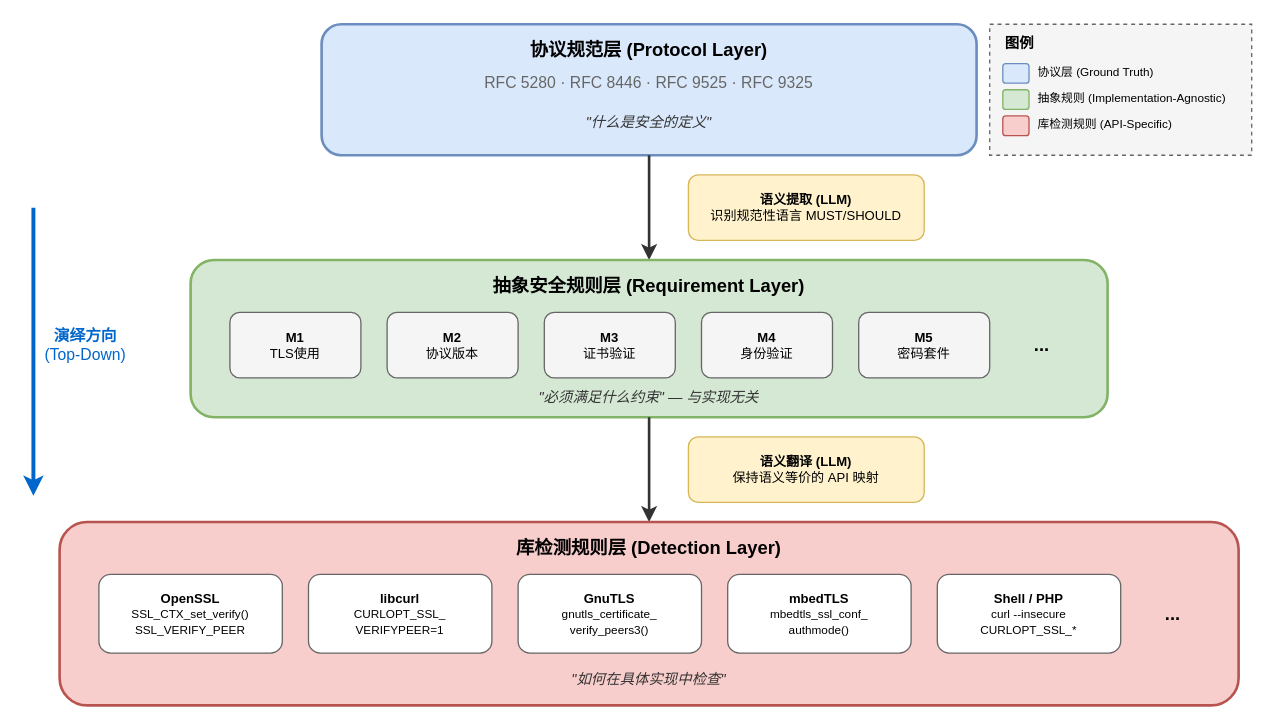
Earlier version of the draw.io diagram paper/figures/security_model.drawio (imnuke/tlscan). Source tidied: cells renumbered, new cells numbered last; positions are measured from the earlier drawing's top-left corner, leaving out a move shared by most shapes. Both pictures are drawn from the tidied source at 131%, with x=0, y=0 at pixel (33, 24).
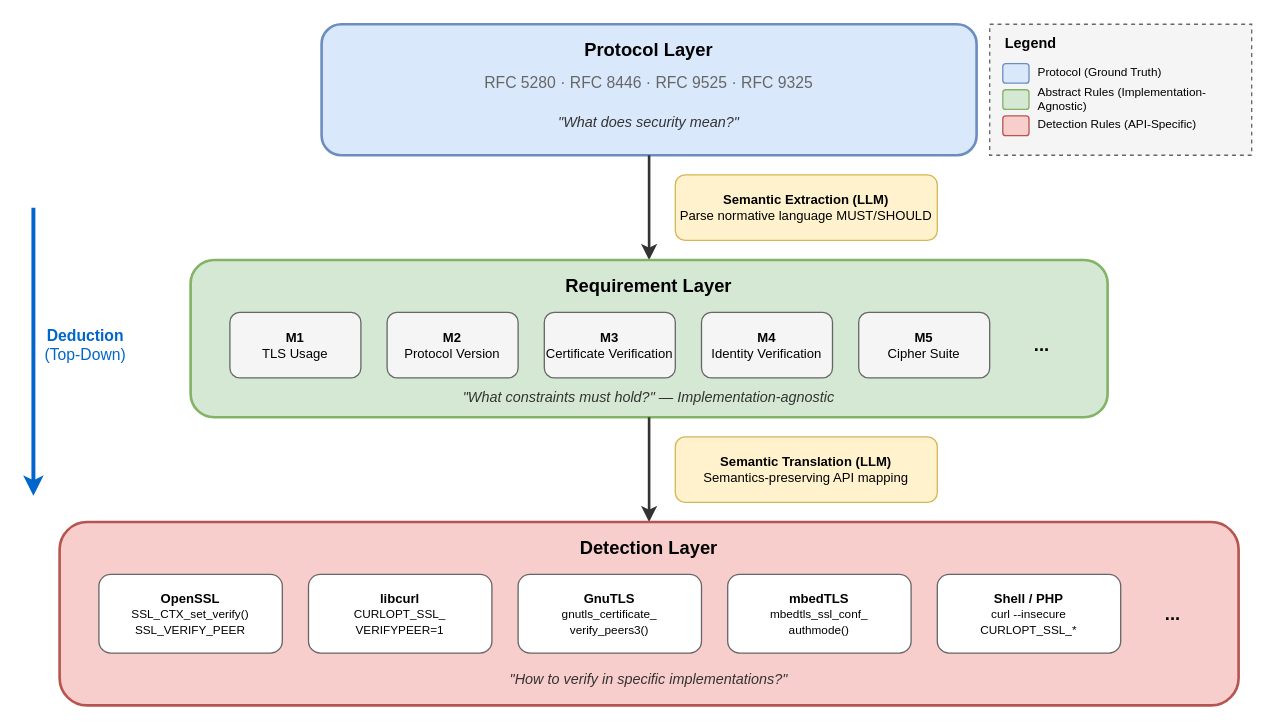
The same diagram, later.

Commit message:
docs(paper): update security model diagram to english

Change to the diagram source:
```diff
@@
-    <mxCell id="3" value="&lt;b&gt;协议规范层 (Protocol Layer)&lt;/b&gt;" style="text;html=1;strokeColor=none;fillColor=none;align=center;verticalAlign=middle;whiteSpace=wrap;rounded=0;fontSize=14;" parent="1" vertex="1">
+    <mxCell id="3" value="&lt;b&gt;Protocol Layer&lt;/b&gt;" style="text;html=1;strokeColor=none;fillColor=none;align=center;verticalAlign=middle;whiteSpace=wrap;rounded=0;fontSize=14;" parent="1" vertex="1">
       <mxGeometry x="220" y="10" width="500" height="20" as="geometry" />
     </mxCell>
@@
-    <mxCell id="5" value="&lt;i&gt;&quot;什么是安全的定义&quot;&lt;/i&gt;" style="text;html=1;strokeColor=none;fillColor=none;align=center;verticalAlign=middle;whiteSpace=wrap;rounded=0;fontSize=11;fontColor=#333333;" parent="1" vertex="1">
+    <mxCell id="5" value="&lt;i&gt;&quot;What does security mean?&quot;&lt;/i&gt;" style="text;html=1;strokeColor=none;fillColor=none;align=center;verticalAlign=middle;whiteSpace=wrap;rounded=0;fontSize=11;fontColor=#333333;" parent="1" vertex="1">
       <mxGeometry x="220" y="65" width="500" height="20" as="geometry" />
     </mxCell>
@@
-    <mxCell id="7" value="&lt;b&gt;语义提取 (LLM)&lt;/b&gt;&lt;br&gt;识别规范性语言 MUST/SHOULD" style="rounded=1;whiteSpace=wrap;html=1;fillColor=#fff2cc;strokeColor=#d6b656;fontSize=10;" parent="1" vertex="1">
-      <mxGeometry x="500" y="115" width="180" height="50" as="geometry" />
+    <mxCell id="7" value="&lt;b&gt;Semantic Extraction (LLM)&lt;/b&gt;&lt;br&gt;Parse normative language MUST/SHOULD" style="rounded=1;whiteSpace=wrap;html=1;fillColor=#fff2cc;strokeColor=#d6b656;fontSize=10;" parent="1" vertex="1">
+      <mxGeometry x="490" y="115" width="200" height="50" as="geometry" />
     </mxCell>
@@
-    <mxCell id="9" value="&lt;b&gt;抽象安全规则层 (Requirement Layer)&lt;/b&gt;" style="text;html=1;strokeColor=none;fillColor=none;align=center;verticalAlign=middle;whiteSpace=wrap;rounded=0;fontSize=14;" parent="1" vertex="1">
+    <mxCell id="9" value="&lt;b&gt;Requirement Layer&lt;/b&gt;" style="text;html=1;strokeColor=none;fillColor=none;align=center;verticalAlign=middle;whiteSpace=wrap;rounded=0;fontSize=14;" parent="1" vertex="1">
       <mxGeometry x="120" y="190" width="700" height="20" as="geometry" />
     </mxCell>
-    <mxCell id="10" value="&lt;b&gt;M1&lt;/b&gt;&lt;br&gt;TLS使用" style="rounded=1;whiteSpace=wrap;html=1;fillColor=#f5f5f5;strokeColor=#666666;fontSize=10;" parent="1" vertex="1">
+    <mxCell id="10" value="&lt;b&gt;M1&lt;/b&gt;&lt;br&gt;TLS Usage" style="rounded=1;whiteSpace=wrap;html=1;fillColor=#f5f5f5;strokeColor=#666666;fontSize=10;" parent="1" vertex="1">
       <mxGeometry x="150" y="220" width="100" height="50" as="geometry" />
     </mxCell>
-    <mxCell id="11" value="&lt;b&gt;M2&lt;/b&gt;&lt;br&gt;协议版本" style="rounded=1;whiteSpace=wrap;html=1;fillColor=#f5f5f5;strokeColor=#666666;fontSize=10;" parent="1" vertex="1">
+    <mxCell id="11" value="&lt;b&gt;M2&lt;/b&gt;&lt;br&gt;Protocol Version" style="rounded=1;whiteSpace=wrap;html=1;fillColor=#f5f5f5;strokeColor=#666666;fontSize=10;" parent="1" vertex="1">
       <mxGeometry x="270" y="220" width="100" height="50" as="geometry" />
     </mxCell>
-    <mxCell id="12" value="&lt;b&gt;M3&lt;/b&gt;&lt;br&gt;证书验证" style="rounded=1;whiteSpace=wrap;html=1;fillColor=#f5f5f5;strokeColor=#666666;fontSize=10;" parent="1" vertex="1">
+    <mxCell id="12" value="&lt;b&gt;M3&lt;/b&gt;&lt;br&gt;Certificate Verification" style="rounded=1;whiteSpace=wrap;html=1;fillColor=#f5f5f5;strokeColor=#666666;fontSize=10;" parent="1" vertex="1">
       <mxGeometry x="390" y="220" width="100" height="50" as="geometry" />
     </mxCell>
-    <mxCell id="13" value="&lt;b&gt;M4&lt;/b&gt;&lt;br&gt;身份验证" style="rounded=1;whiteSpace=wrap;html=1;fillColor=#f5f5f5;strokeColor=#666666;fontSize=10;" parent="1" vertex="1">
+    <mxCell id="13" value="&lt;b&gt;M4&lt;/b&gt;&lt;br&gt;Identity Verification" style="rounded=1;whiteSpace=wrap;html=1;fillColor=#f5f5f5;strokeColor=#666666;fontSize=10;" parent="1" vertex="1">
       <mxGeometry x="510" y="220" width="100" height="50" as="geometry" />
     </mxCell>
-    <mxCell id="14" value="&lt;b&gt;M5&lt;/b&gt;&lt;br&gt;密码套件" style="rounded=1;whiteSpace=wrap;html=1;fillColor=#f5f5f5;strokeColor=#666666;fontSize=10;" parent="1" vertex="1">
+    <mxCell id="14" value="&lt;b&gt;M5&lt;/b&gt;&lt;br&gt;Cipher Suite" style="rounded=1;whiteSpace=wrap;html=1;fillColor=#f5f5f5;strokeColor=#666666;fontSize=10;" parent="1" vertex="1">
       <mxGeometry x="630" y="220" width="100" height="50" as="geometry" />
     </mxCell>
@@
-    <mxCell id="16" value="&lt;i&gt;&quot;必须满足什么约束&quot; — 与实现无关&lt;/i&gt;" style="text;html=1;strokeColor=none;fillColor=none;align=center;verticalAlign=middle;whiteSpace=wrap;rounded=0;fontSize=11;fontColor=#333333;" parent="1" vertex="1">
+    <mxCell id="16" value="&lt;i&gt;&quot;What constraints must hold?&quot; — Implementation-agnostic&lt;/i&gt;" style="text;html=1;strokeColor=none;fillColor=none;align=center;verticalAlign=middle;whiteSpace=wrap;rounded=0;fontSize=11;fontColor=#333333;" parent="1" vertex="1">
       <mxGeometry x="120" y="275" width="700" height="20" as="geometry" />
     </mxCell>
@@
-    <mxCell id="18" value="&lt;b&gt;语义翻译 (LLM)&lt;/b&gt;&lt;br&gt;保持语义等价的 API 映射" style="rounded=1;whiteSpace=wrap;html=1;fillColor=#fff2cc;strokeColor=#d6b656;fontSize=10;" parent="1" vertex="1">
-      <mxGeometry x="500" y="315" width="180" height="50" as="geometry" />
+    <mxCell id="18" value="&lt;b&gt;Semantic Translation (LLM)&lt;/b&gt;&lt;br&gt;Semantics-preserving API mapping" style="rounded=1;whiteSpace=wrap;html=1;fillColor=#fff2cc;strokeColor=#d6b656;fontSize=10;" parent="1" vertex="1">
+      <mxGeometry x="490" y="315" width="200" height="50" as="geometry" />
     </mxCell>
@@
-    <mxCell id="20" value="&lt;b&gt;库检测规则层 (Detection Layer)&lt;/b&gt;" style="text;html=1;strokeColor=none;fillColor=none;align=center;verticalAlign=middle;whiteSpace=wrap;rounded=0;fontSize=14;" parent="1" vertex="1">
+    <mxCell id="20" value="&lt;b&gt;Detection Layer&lt;/b&gt;" style="text;html=1;strokeColor=none;fillColor=none;align=center;verticalAlign=middle;whiteSpace=wrap;rounded=0;fontSize=14;" parent="1" vertex="1">
       <mxGeometry x="20" y="390" width="900" height="20" as="geometry" />
     </mxCell>
@@
-    <mxCell id="27" value="&lt;i&gt;&quot;如何在具体实现中检查&quot;&lt;/i&gt;" style="text;html=1;strokeColor=none;fillColor=none;align=center;verticalAlign=middle;whiteSpace=wrap;rounded=0;fontSize=11;fontColor=#333333;" parent="1" vertex="1">
+    <mxCell id="27" value="&lt;i&gt;&quot;How to verify in specific implementations?&quot;&lt;/i&gt;" style="text;html=1;strokeColor=none;fillColor=none;align=center;verticalAlign=middle;whiteSpace=wrap;rounded=0;fontSize=11;fontColor=#333333;" parent="1" vertex="1">
       <mxGeometry x="20" y="490" width="900" height="20" as="geometry" />
     </mxCell>
-    <mxCell id="28" value="&lt;b&gt;演绎方向&lt;/b&gt;&lt;br&gt;(Top-Down)" style="text;html=1;strokeColor=none;fillColor=none;align=center;verticalAlign=middle;whiteSpace=wrap;rounded=0;fontSize=12;fontColor=#0066CC;" parent="1" vertex="1">
+    <mxCell id="28" value="&lt;b&gt;Deduction&lt;/b&gt;&lt;br&gt;(Top-Down)" style="text;html=1;strokeColor=none;fillColor=none;align=center;verticalAlign=middle;whiteSpace=wrap;rounded=0;fontSize=12;fontColor=#0066CC;" parent="1" vertex="1">
       <mxGeometry y="225" width="80" height="40" as="geometry" />
     </mxCell>
@@
-    <mxCell id="31" value="&lt;b&gt;图例&lt;/b&gt;" style="text;html=1;strokeColor=none;fillColor=none;align=left;verticalAlign=middle;whiteSpace=wrap;rounded=0;fontSize=11;" parent="1" vertex="1">
+    <mxCell id="31" value="&lt;b&gt;Legend&lt;/b&gt;" style="text;html=1;strokeColor=none;fillColor=none;align=left;verticalAlign=middle;whiteSpace=wrap;rounded=0;fontSize=11;" parent="1" vertex="1">
       <mxGeometry x="740" y="5" width="80" height="20" as="geometry" />
     </mxCell>
@@
-    <mxCell id="33" value="协议层 (Ground Truth)" style="text;html=1;strokeColor=none;fillColor=none;align=left;verticalAlign=middle;whiteSpace=wrap;rounded=0;fontSize=9;" parent="1" vertex="1">
+    <mxCell id="33" value="Protocol (Ground Truth)" style="text;html=1;strokeColor=none;fillColor=none;align=left;verticalAlign=middle;whiteSpace=wrap;rounded=0;fontSize=9;" parent="1" vertex="1">
       <mxGeometry x="765" y="27" width="160" height="20" as="geometry" />
     </mxCell>
@@
-    <mxCell id="35" value="抽象规则 (Implementation-Agnostic)" style="text;html=1;strokeColor=none;fillColor=none;align=left;verticalAlign=middle;whiteSpace=wrap;rounded=0;fontSize=9;" parent="1" vertex="1">
+    <mxCell id="35" value="Abstract Rules (Implementation-Agnostic)" style="text;html=1;strokeColor=none;fillColor=none;align=left;verticalAlign=middle;whiteSpace=wrap;rounded=0;fontSize=9;" parent="1" vertex="1">
       <mxGeometry x="765" y="47" width="160" height="20" as="geometry" />
     </mxCell>
@@
-    <mxCell id="37" value="库检测规则 (API-Specific)" style="text;html=1;strokeColor=none;fillColor=none;align=left;verticalAlign=middle;whiteSpace=wrap;rounded=0;fontSize=9;" parent="1" vertex="1">
+    <mxCell id="37" value="Detection Rules (API-Specific)" style="text;html=1;strokeColor=none;fillColor=none;align=left;verticalAlign=middle;whiteSpace=wrap;rounded=0;fontSize=9;" parent="1" vertex="1">
       <mxGeometry x="765" y="67" width="160" height="20" as="geometry" />
     </mxCell>
```
